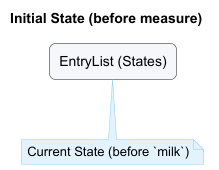
Ibrashoukry/tp keeps this PlantUML diagram as docs/images/AddMilk_Initial.png. Above is the earlier version. The source it was exported from:
```plantuml
@startuml
title Initial State (before measure)

skinparam shadowing false
skinparam defaultFontName Arial
skinparam rectangle {
  RoundCorner 12
  FontSize 14
}
skinparam note {
  BackgroundColor #E3F2FD
  BorderColor #90CAF9
  RoundCorner 12
}

rectangle "EntryList (States)" as EL #F5F7FA {
}

note as CS #E3F2FD
Current State (before `milk`)
end note
CS -up-> EL

@enduml
```
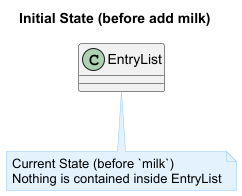
After the change.

Commit message:
(#177) (#180) Edit initial state diagram, made it clearer. Edit BodyMeasurementEntry append and validation

Change to the diagram source:
```diff
@@ -1,5 +1,5 @@
 @startuml
-title Initial State (before measure)
+title Initial State (before add milk)
 
 skinparam shadowing false
 skinparam defaultFontName Arial
@@ -13,12 +13,14 @@
   RoundCorner 12
 }
 
-rectangle "EntryList (States)" as EL #F5F7FA {
+class EntryList {
+
 }
 
 note as CS #E3F2FD
 Current State (before `milk`)
+Nothing is contained inside EntryList
 end note
-CS -up-> EL
+CS -up-> EntryList
 
 @enduml
```
